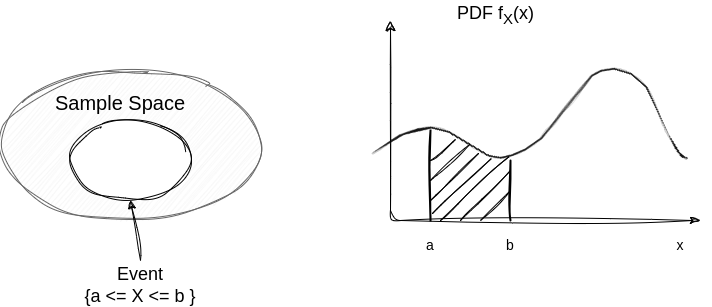
Earlier version of the draw.io export assets/img/pdf.png (tusharganguli/tusharganguli.github.io). Source tidied: cells renumbered, new cells last; positions are measured from the earlier drawing's top-left corner, leaving out a move shared by most shapes. The source it was exported from:
```xml
<mxGraphModel>
  <root>
    <mxCell id="0" />
    <mxCell id="1" parent="0" />
    <mxCell id="2" style="ellipse;whiteSpace=wrap;html=1;fillColor=#f5f5f5;fontColor=#333333;strokeColor=#666666;rounded=1;sketch=1;curveFitting=1;jiggle=2;" parent="1" vertex="1">
      <mxGeometry y="70" width="260" height="150" as="geometry" />
    </mxCell>
    <mxCell id="3" style="ellipse;whiteSpace=wrap;html=1;rounded=1;sketch=1;curveFitting=1;jiggle=2;" parent="1" vertex="1">
      <mxGeometry x="70" y="120" width="120" height="80" as="geometry" />
    </mxCell>
    <mxCell id="4" style="edgeStyle=segmentEdgeStyle;endArrow=classic;html=1;curved=0;rounded=1;endSize=8;startSize=8;startArrow=classicThin;startFill=1;sketch=1;curveFitting=1;jiggle=2;" parent="1" edge="1">
      <mxGeometry relative="1" as="geometry">
        <mxPoint x="700" y="220" as="sourcePoint" />
        <mxPoint x="390" y="20" as="targetPoint" />
      </mxGeometry>
    </mxCell>
    <mxCell id="5" style="shape=(stored shape, 1024 characters);lineShape=1;shadow=0;rounded=1;sketch=1;curveFitting=1;jiggle=2;" parent="1" vertex="1">
      <mxGeometry x="380" y="74.3" width="310.5" height="102.2" as="geometry" />
    </mxCell>
    <mxCell id="6" style="shape=(stored shape, 3792 characters);lineShape=1;shadow=0;strokeWidth=0;rounded=1;sketch=1;curveFitting=1;jiggle=2;" parent="1" vertex="1">
      <mxGeometry x="371.4" y="67.7" width="315.3" height="91" as="geometry" />
    </mxCell>
    <mxCell id="7" style="endArrow=none;html=2;endSize=6;shadow=0;strokeWidth=2;rounded=1;sketch=1;curveFitting=1;jiggle=2;" parent="1" edge="1">
      <mxGeometry relative="1" as="geometry">
        <mxPoint x="430" y="220" as="sourcePoint" />
        <mxPoint x="430" y="130" as="targetPoint" />
      </mxGeometry>
    </mxCell>
    <mxCell id="8" style="endArrow=none;html=1;strokeWidth=2;rounded=1;sketch=1;curveFitting=1;jiggle=2;" parent="1" edge="1">
      <mxGeometry relative="1" as="geometry">
        <mxPoint x="510" y="220" as="sourcePoint" />
        <mxPoint x="510" y="160" as="targetPoint" />
      </mxGeometry>
    </mxCell>
    <mxCell id="9" style="endArrow=classic;html=1;entryX=0.5;entryY=1;entryDx=0;entryDy=0;sketch=1;curveFitting=1;jiggle=2;" parent="1" edge="1" target="3">
      <mxGeometry relative="1" as="geometry">
        <mxPoint x="140" y="260" as="sourcePoint" />
      </mxGeometry>
    </mxCell>
    <mxCell id="10" value="Event &lt;br style=&quot;font-size: 18px;&quot;&gt;{a &amp;lt;= X &amp;lt;= b }" style="text;html=1;strokeColor=none;fillColor=none;align=center;verticalAlign=middle;whiteSpace=wrap;rounded=0;fontSize=18;sketch=1;curveFitting=1;jiggle=2;" parent="1" vertex="1">
      <mxGeometry x="80" y="270" width="120" height="30" as="geometry" />
    </mxCell>
    <mxCell id="11" style="endArrow=none;html=1;entryX=0.265;entryY=0.783;entryDx=0;entryDy=0;entryPerimeter=0;sketch=1;curveFitting=1;jiggle=2;" parent="1" edge="1" target="6">
      <mxGeometry relative="1" as="geometry">
        <mxPoint x="430" y="160" as="sourcePoint" />
      </mxGeometry>
    </mxCell>
    <mxCell id="12" style="endArrow=none;html=1;entryX=0.31;entryY=0.838;entryDx=0;entryDy=0;entryPerimeter=0;sketch=1;curveFitting=1;jiggle=2;" parent="1" edge="1" target="6">
      <mxGeometry relative="1" as="geometry">
        <mxPoint x="430" y="180" as="sourcePoint" />
      </mxGeometry>
    </mxCell>
    <mxCell id="13" style="endArrow=none;html=1;entryX=0.338;entryY=0.937;entryDx=0;entryDy=0;entryPerimeter=0;sketch=1;curveFitting=1;jiggle=2;" parent="1" edge="1" target="6">
      <mxGeometry relative="1" as="geometry">
        <mxPoint x="430" y="200" as="sourcePoint" />
      </mxGeometry>
    </mxCell>
    <mxCell id="14" style="endArrow=none;html=1;entryX=0.379;entryY=0.992;entryDx=0;entryDy=0;entryPerimeter=0;sketch=1;curveFitting=1;jiggle=2;" parent="1" edge="1" target="6">
      <mxGeometry relative="1" as="geometry">
        <mxPoint x="432" y="213" as="sourcePoint" />
      </mxGeometry>
    </mxCell>
    <mxCell id="15" style="endArrow=none;html=1;entryX=0.436;entryY=0.97;entryDx=0;entryDy=0;entryPerimeter=0;sketch=1;curveFitting=1;jiggle=2;" parent="1" edge="1" target="6">
      <mxGeometry relative="1" as="geometry">
        <mxPoint x="440" y="220" as="sourcePoint" />
      </mxGeometry>
    </mxCell>
    <mxCell id="16" style="endArrow=none;html=1;sketch=1;curveFitting=1;jiggle=2;" parent="1" edge="1">
      <mxGeometry relative="1" as="geometry">
        <mxPoint x="460" y="220" as="sourcePoint" />
        <mxPoint x="510" y="170" as="targetPoint" />
      </mxGeometry>
    </mxCell>
    <mxCell id="17" style="endArrow=none;html=1;sketch=1;curveFitting=1;jiggle=2;" parent="1" edge="1">
      <mxGeometry relative="1" as="geometry">
        <mxPoint x="480" y="220" as="sourcePoint" />
        <mxPoint x="510" y="190" as="targetPoint" />
      </mxGeometry>
    </mxCell>
    <mxCell id="18" value="PDF f&lt;sub&gt;X&lt;/sub&gt;(x)&lt;sub&gt;&amp;nbsp;&lt;/sub&gt;&amp;nbsp;" style="text;html=1;strokeColor=none;fillColor=none;align=center;verticalAlign=middle;whiteSpace=wrap;rounded=0;fontSize=18;sketch=1;curveFitting=1;jiggle=2;" parent="1" vertex="1">
      <mxGeometry x="440" width="120" height="30" as="geometry" />
    </mxCell>
    <mxCell id="19" value="a" style="text;html=1;strokeColor=none;fillColor=none;align=center;verticalAlign=middle;whiteSpace=wrap;rounded=0;fontSize=14;sketch=1;curveFitting=1;jiggle=2;" parent="1" vertex="1">
      <mxGeometry x="400" y="230" width="60" height="30" as="geometry" />
    </mxCell>
    <mxCell id="20" value="b" style="text;html=1;strokeColor=none;fillColor=none;align=center;verticalAlign=middle;whiteSpace=wrap;rounded=0;fontSize=14;sketch=1;curveFitting=1;jiggle=2;" parent="1" vertex="1">
      <mxGeometry x="480" y="230" width="60" height="30" as="geometry" />
    </mxCell>
    <mxCell id="21" value="x" style="text;html=1;strokeColor=none;fillColor=none;align=center;verticalAlign=middle;whiteSpace=wrap;rounded=0;fontSize=14;sketch=1;curveFitting=1;jiggle=2;" parent="1" vertex="1">
      <mxGeometry x="650" y="230" width="60" height="30" as="geometry" />
    </mxCell>
    <mxCell id="22" value="Sample Space" style="text;html=1;strokeColor=none;fillColor=none;align=center;verticalAlign=middle;whiteSpace=wrap;rounded=0;fontSize=20;sketch=1;curveFitting=1;jiggle=2;" parent="1" vertex="1">
      <mxGeometry x="50" y="74.3" width="140" height="55.7" as="geometry" />
    </mxCell>
  </root>
</mxGraphModel>
```
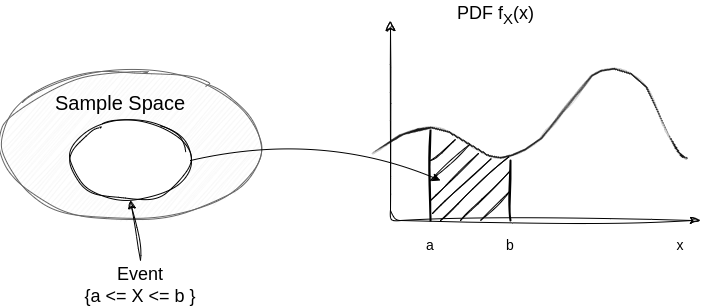
Above is the later version.

The edit, as a diff of the source:
```diff
@@ -92,5 +92,13 @@
     <mxCell id="22" value="Sample Space" style="text;html=1;strokeColor=none;fillColor=none;align=center;verticalAlign=middle;whiteSpace=wrap;rounded=0;fontSize=20;sketch=1;curveFitting=1;jiggle=2;" parent="1" vertex="1">
       <mxGeometry x="50" y="74.3" width="140" height="55.7" as="geometry" />
     </mxCell>
+    <mxCell id="23" style="endArrow=classic;html=1;exitX=1;exitY=0.5;exitDx=0;exitDy=0;curved=1;" parent="1" edge="1" source="3">
+      <mxGeometry relative="1" as="geometry">
+        <mxPoint x="440" y="180" as="targetPoint" />
+        <Array as="points">
+          <mxPoint x="320" y="130" />
+        </Array>
+      </mxGeometry>
+    </mxCell>
   </root>
 </mxGraphModel>
```
